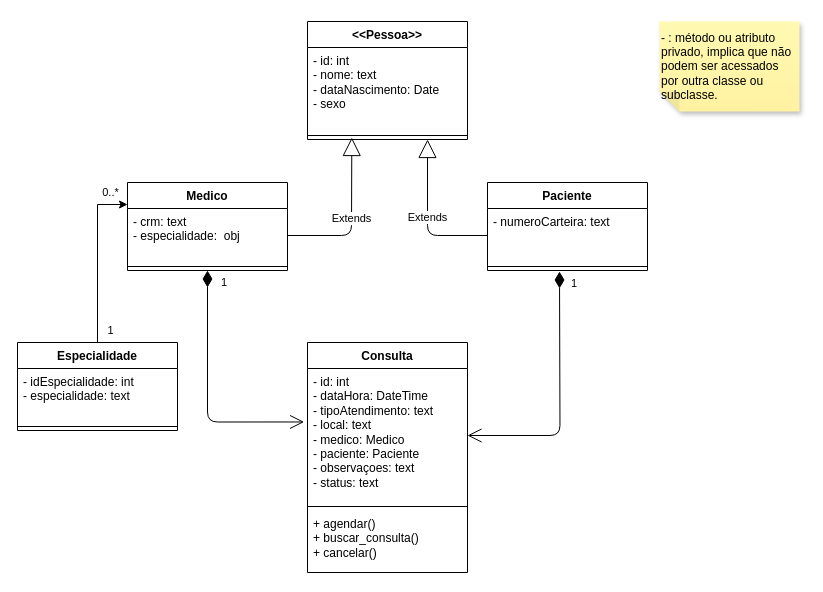
Earlier version of the draw.io diagram Arquivos/diagrama_classe_sacm.drawio (Rick-KciR/sacm). Source tidied: cells renumbered, new cells numbered last; positions are measured from the earlier drawing's top-left corner, leaving out a move shared by most shapes. Both pictures are drawn from the tidied source at 100%, with x=0, y=0 at pixel (17, 21).
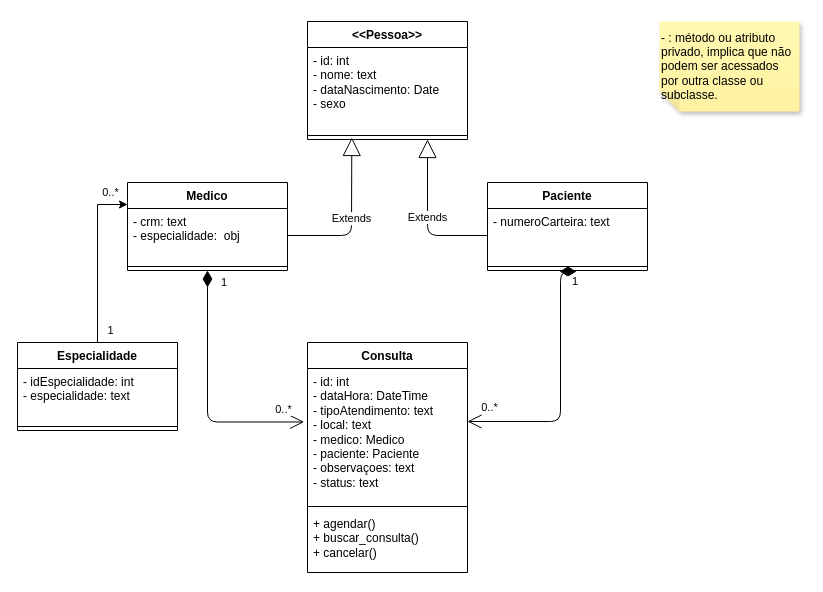
After the change.

Commit message:
edição no diagrama

Unchanged cells that the change refers to:
```xml
<mxCell id="9" value="- id: int&lt;div&gt;- dataHora: DateTime&lt;/div&gt;&lt;div&gt;- tipoAtendimento: text&lt;/div&gt;&lt;div&gt;- local: text&lt;/div&gt;&lt;div&gt;- medico: Medico&lt;/div&gt;&lt;div&gt;- paciente: Paciente&lt;/div&gt;&lt;div&gt;- observaçoes: text&lt;/div&gt;&lt;div&gt;- status: text&lt;/div&gt;" style="text;strokeColor=none;fillColor=none;align=left;verticalAlign=top;spacingLeft=4;spacingRight=4;overflow=hidden;points=[[0,0.5],[1,0.5]];portConstraint=eastwest;whiteSpace=wrap;html=1;" parent="8" vertex="1">
  <mxGeometry y="26" width="160" height="134" as="geometry" />
</mxCell>
<mxCell id="24" value="1" style="endArrow=open;html=1;endSize=12;startArrow=diamondThin;startSize=14;startFill=1;edgeStyle=orthogonalEdgeStyle;align=left;verticalAlign=bottom;rounded=1;exitX=0.5;exitY=1;exitDx=0;exitDy=0;entryX=-0.021;entryY=0.399;entryDx=0;entryDy=0;entryPerimeter=0;curved=0;" parent="1" edge="1" source="2" target="9">
  <mxGeometry x="-0.83" y="12" relative="1" as="geometry" />
</mxCell>
```

Change to the diagram source:
```diff
@@
+    <mxCell id="26" value="0..*" style="edgeLabel;html=1;align=center;verticalAlign=middle;" parent="24" vertex="1">
+      <mxGeometry x="0.83" y="3" relative="1" as="geometry">
+        <mxPoint y="-10" as="offset" />
+      </mxGeometry>
+    </mxCell>
     <mxCell id="25" value="1" style="endArrow=open;html=1;endSize=12;startArrow=diamondThin;startSize=14;startFill=1;edgeStyle=orthogonalEdgeStyle;align=left;verticalAlign=bottom;rounded=1;curved=0;" parent="1" edge="1" target="9">
       <mxGeometry x="-0.84" y="10" relative="1" as="geometry">
         <mxPoint x="542" y="250" as="sourcePoint" />
+        <Array as="points">
+          <mxPoint x="543" y="250" />
+          <mxPoint x="543" y="400" />
+        </Array>
       </mxGeometry>
     </mxCell>
+    <mxCell id="27" value="0..*" style="edgeLabel;html=1;align=center;verticalAlign=middle;" parent="25" vertex="1">
+      <mxGeometry x="0.81" y="-2" relative="1" as="geometry">
+        <mxPoint x="-2" y="-13" as="offset" />
+      </mxGeometry>
+    </mxCell>
```
